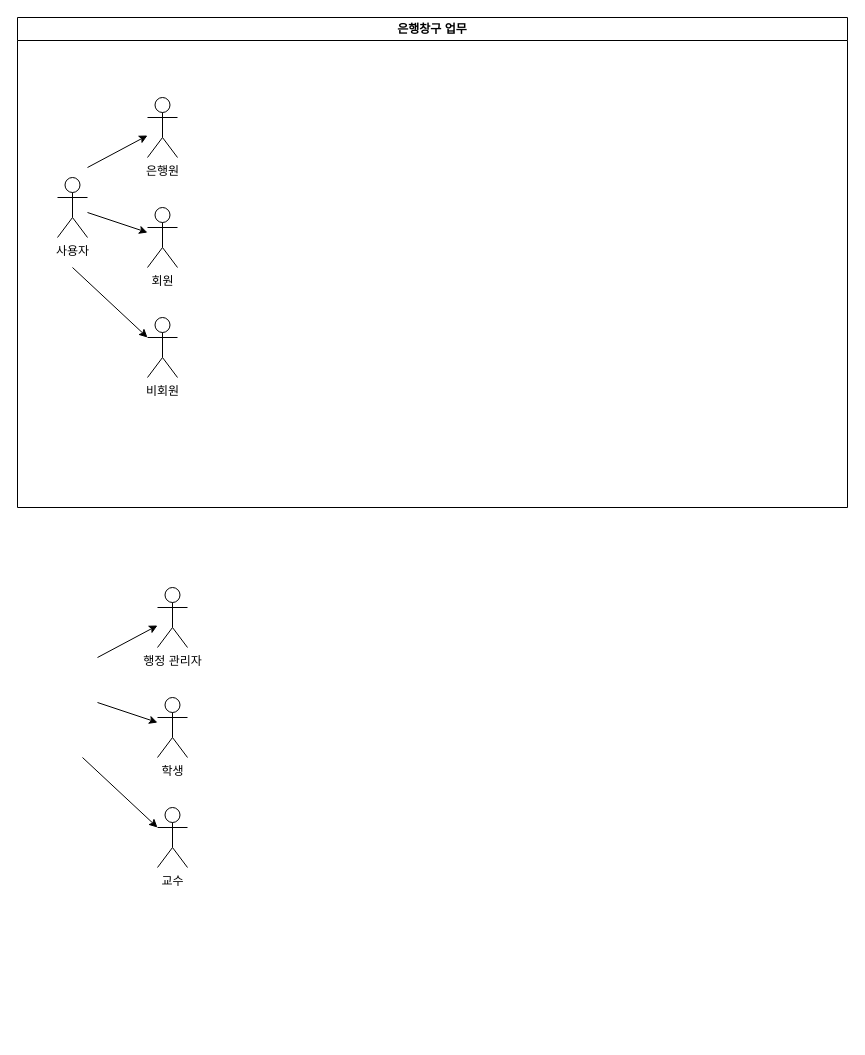
The draw.io diagram page "은행창구업무" (1 of 2) of task_1.drawio in hyun10144/Lecture3-1, before the edit. Source tidied: cells renumbered, new cells numbered last; positions are measured from the earlier drawing's top-left corner, leaving out a move shared by most shapes. Both pictures are drawn from the tidied source at 100%, with x=0, y=0 at pixel (17, 17).
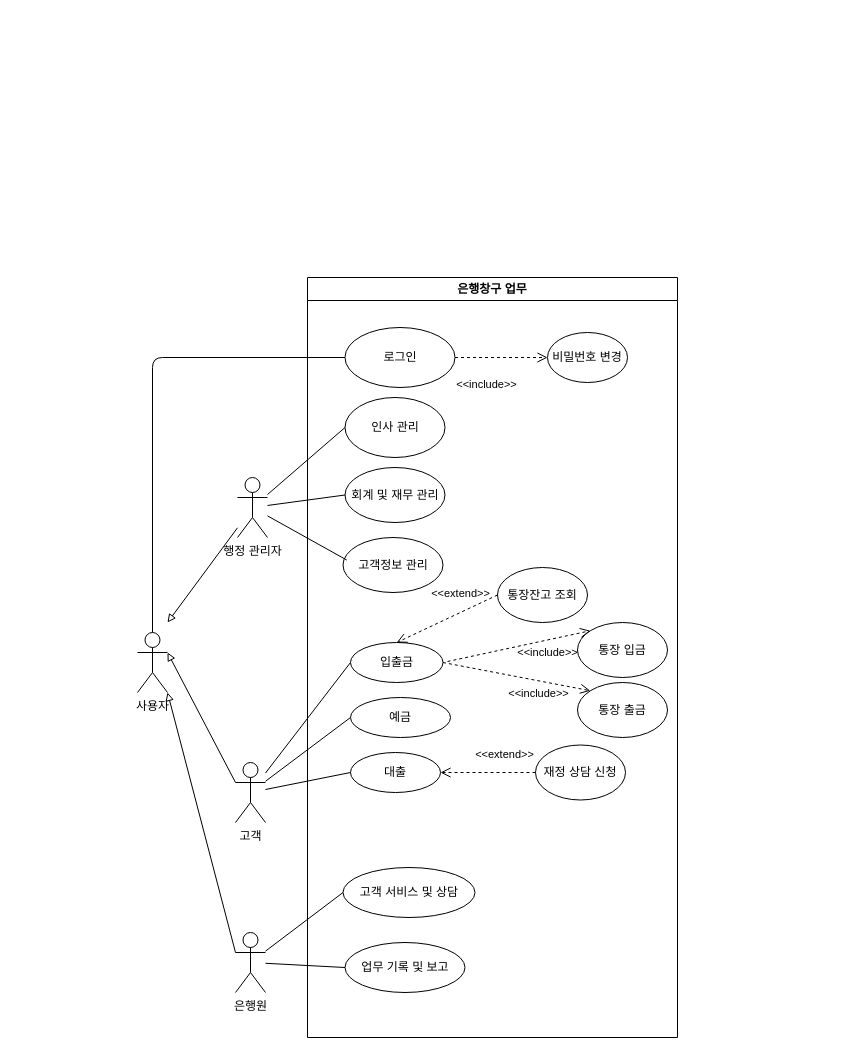
Above is the later version.

What changed in the source:
```diff
@@
     <mxCell id="2" value="은행창구 업무" style="swimlane;whiteSpace=wrap;html=1;" parent="1" vertex="1">
-      <mxGeometry width="830" height="490" as="geometry" />
+      <mxGeometry x="290" y="260" width="370" height="760" as="geometry" />
     </mxCell>
-    <mxCell id="3" value="비회원" style="shape=umlActor;verticalLabelPosition=bottom;verticalAlign=top;html=1;" parent="2" vertex="1">
-      <mxGeometry x="130" y="300" width="30" height="60" as="geometry" />
-    </mxCell>
-    <mxCell id="4" value="회원" style="shape=umlActor;verticalLabelPosition=bottom;verticalAlign=top;html=1;outlineConnect=0;" parent="2" vertex="1">
-      <mxGeometry x="130" y="190" width="30" height="60" as="geometry" />
-    </mxCell>
+    <mxCell id="16" value="로그인" style="ellipse;whiteSpace=wrap;html=1;" parent="2" vertex="1">
+      <mxGeometry x="37.5" y="50" width="110" height="60" as="geometry" />
+    </mxCell>
+    <mxCell id="17" value="인사 관리" style="ellipse;whiteSpace=wrap;html=1;" parent="2" vertex="1">
+      <mxGeometry x="37.5" y="120" width="100" height="60" as="geometry" />
+    </mxCell>
+    <mxCell id="18" value="회계 및 재무 관리" style="ellipse;whiteSpace=wrap;html=1;" parent="2" vertex="1">
+      <mxGeometry x="37.5" y="190" width="100" height="55" as="geometry" />
+    </mxCell>
+    <mxCell id="19" value="비밀번호 변경" style="ellipse;whiteSpace=wrap;html=1;" parent="2" vertex="1">
+      <mxGeometry x="240" y="55" width="80" height="50" as="geometry" />
+    </mxCell>
+    <mxCell id="20" value="&amp;lt;&amp;lt;include&lt;span style=&quot;background-color: initial;&quot;&gt;&amp;gt;&amp;gt;&lt;/span&gt;" style="endArrow=open;startArrow=none;endFill=0;startFill=0;endSize=8;html=1;verticalAlign=bottom;dashed=1;labelBackgroundColor=none;rounded=0;strokeColor=default;align=center;fontFamily=Helvetica;fontSize=11;fontColor=default;exitX=1;exitY=0.5;exitDx=0;exitDy=0;entryX=0;entryY=0.5;entryDx=0;entryDy=0;" parent="2" edge="1" source="16" target="19">
+      <mxGeometry x="-0.33" y="-36" relative="1" as="geometry" />
+    </mxCell>
+    <mxCell id="21" value="고객정보 관리" style="ellipse;whiteSpace=wrap;html=1;" parent="2" vertex="1">
+      <mxGeometry x="35.5" y="260" width="100" height="55" as="geometry" />
+    </mxCell>
+    <mxCell id="22" value="대출" style="ellipse;whiteSpace=wrap;html=1;" parent="2" vertex="1">
+      <mxGeometry x="43" y="475" width="90" height="40" as="geometry" />
+    </mxCell>
+    <mxCell id="23" value="고객 서비스 및 상담" style="ellipse;whiteSpace=wrap;html=1;" parent="2" vertex="1">
+      <mxGeometry x="35.5" y="590" width="132" height="50" as="geometry" />
+    </mxCell>
+    <mxCell id="24" value="예금" style="ellipse;whiteSpace=wrap;html=1;" parent="2" vertex="1">
+      <mxGeometry x="43" y="420" width="100" height="40" as="geometry" />
+    </mxCell>
+    <mxCell id="25" value="입출금" style="ellipse;whiteSpace=wrap;html=1;" parent="2" vertex="1">
+      <mxGeometry x="43" y="365" width="92.5" height="40" as="geometry" />
+    </mxCell>
+    <mxCell id="26" value="업무 기록 및 보고" style="ellipse;whiteSpace=wrap;html=1;" parent="2" vertex="1">
+      <mxGeometry x="37.5" y="665" width="120" height="50" as="geometry" />
+    </mxCell>
+    <mxCell id="27" value="재정 상담 신청" style="ellipse;whiteSpace=wrap;html=1;" parent="2" vertex="1">
+      <mxGeometry x="228" y="467.5" width="90" height="55" as="geometry" />
+    </mxCell>
+    <mxCell id="28" value="&amp;lt;&amp;lt;extend&lt;span style=&quot;background-color: initial;&quot;&gt;&amp;gt;&amp;gt;&lt;/span&gt;" style="endArrow=open;startArrow=none;endFill=0;startFill=0;endSize=8;html=1;verticalAlign=bottom;dashed=1;labelBackgroundColor=none;rounded=0;strokeColor=default;align=center;fontFamily=Helvetica;fontSize=11;fontColor=default;exitX=0;exitY=0.5;exitDx=0;exitDy=0;entryX=1;entryY=0.5;entryDx=0;entryDy=0;" parent="2" edge="1" source="27" target="22">
+      <mxGeometry x="-0.34" y="-9" relative="1" as="geometry" />
+    </mxCell>
+    <mxCell id="29" value="통장잔고 조회" style="ellipse;whiteSpace=wrap;html=1;" parent="2" vertex="1">
+      <mxGeometry x="190" y="290" width="90" height="55" as="geometry" />
+    </mxCell>
+    <mxCell id="30" value="&amp;lt;&amp;lt;extend&lt;span style=&quot;background-color: initial;&quot;&gt;&amp;gt;&amp;gt;&lt;/span&gt;" style="endArrow=open;startArrow=none;endFill=0;startFill=0;endSize=8;html=1;verticalAlign=bottom;dashed=1;labelBackgroundColor=none;rounded=0;strokeColor=default;align=center;fontFamily=Helvetica;fontSize=11;fontColor=default;exitX=0;exitY=0.5;exitDx=0;exitDy=0;entryX=0.5;entryY=0;entryDx=0;entryDy=0;" parent="2" edge="1" source="29" target="25">
+      <mxGeometry x="-0.34" y="-9" relative="1" as="geometry" />
+    </mxCell>
-    <mxCell id="5" value="은행원&lt;div&gt;&lt;br&gt;&lt;/div&gt;" style="shape=umlActor;verticalLabelPosition=bottom;verticalAlign=top;html=1;outlineConnect=0;" parent="2" vertex="1">
-      <mxGeometry x="130" y="80" width="30" height="60" as="geometry" />
+    <mxCell id="5" value="은행원" style="shape=umlActor;verticalLabelPosition=bottom;verticalAlign=top;html=1;outlineConnect=0;" parent="2" vertex="1">
+      <mxGeometry x="-72" y="655" width="30" height="60" as="geometry" />
     </mxCell>
-    <mxCell id="6" style="rounded=0;jettySize=auto;html=1;" parent="2" edge="1" target="5">
-      <mxGeometry relative="1" as="geometry">
-        <mxPoint x="70" y="150" as="sourcePoint" />
-      </mxGeometry>
-    </mxCell>
-    <mxCell id="7" style="rounded=0;jettySize=auto;html=1;" parent="2" edge="1" source="9" target="4">
-      <mxGeometry relative="1" as="geometry" />
-    </mxCell>
-    <mxCell id="8" style="rounded=0;orthogonalLoop=1;jettySize=auto;html=1;" parent="2" edge="1">
-      <mxGeometry relative="1" as="geometry">
-        <mxPoint x="55" y="250" as="sourcePoint" />
-        <mxPoint x="130" y="320" as="targetPoint" />
-      </mxGeometry>
-    </mxCell>
+    <mxCell id="31" value="고객" style="shape=umlActor;verticalLabelPosition=bottom;verticalAlign=top;html=1;outlineConnect=0;" parent="2" vertex="1">
+      <mxGeometry x="-72" y="485" width="30" height="60" as="geometry" />
+    </mxCell>
+    <mxCell id="32" style="edgeStyle=none;rounded=0;jettySize=auto;html=1;strokeColor=default;align=center;verticalAlign=middle;fontFamily=Helvetica;fontSize=11;fontColor=default;labelBackgroundColor=default;endArrow=none;endFill=0;entryX=0;entryY=0.5;entryDx=0;entryDy=0;" parent="2" edge="1" source="31" target="24">
+      <mxGeometry relative="1" as="geometry" />
+    </mxCell>
+    <mxCell id="33" style="edgeStyle=none;rounded=0;jettySize=auto;html=1;strokeColor=default;align=center;verticalAlign=middle;fontFamily=Helvetica;fontSize=11;fontColor=default;labelBackgroundColor=default;endArrow=none;endFill=0;entryX=0;entryY=0.5;entryDx=0;entryDy=0;" parent="2" edge="1" source="31" target="22">
+      <mxGeometry relative="1" as="geometry" />
+    </mxCell>
+    <mxCell id="34" style="edgeStyle=none;rounded=0;jettySize=auto;html=1;strokeColor=default;align=center;verticalAlign=middle;fontFamily=Helvetica;fontSize=11;fontColor=default;labelBackgroundColor=default;endArrow=none;endFill=0;entryX=0;entryY=0.5;entryDx=0;entryDy=0;" parent="2" edge="1" source="5" target="23">
+      <mxGeometry relative="1" as="geometry" />
+    </mxCell>
+    <mxCell id="35" style="edgeStyle=none;rounded=0;jettySize=auto;html=1;strokeColor=default;align=center;verticalAlign=middle;fontFamily=Helvetica;fontSize=11;fontColor=default;labelBackgroundColor=default;endArrow=none;endFill=0;entryX=0;entryY=0.5;entryDx=0;entryDy=0;" parent="2" edge="1" source="5" target="26">
+      <mxGeometry relative="1" as="geometry" />
+    </mxCell>
+    <mxCell id="36" style="edgeStyle=none;rounded=0;jettySize=auto;html=1;strokeColor=default;align=center;verticalAlign=middle;fontFamily=Helvetica;fontSize=11;fontColor=default;labelBackgroundColor=default;endArrow=none;endFill=0;entryX=0;entryY=0.5;entryDx=0;entryDy=0;" parent="2" edge="1" source="31" target="25">
+      <mxGeometry relative="1" as="geometry" />
+    </mxCell>
+    <mxCell id="37" style="edgeStyle=none;rounded=0;jettySize=auto;html=1;strokeColor=default;align=center;verticalAlign=middle;fontFamily=Helvetica;fontSize=11;fontColor=default;labelBackgroundColor=default;endArrow=none;endFill=0;entryX=0;entryY=0.5;entryDx=0;entryDy=0;" parent="2" edge="1" source="12">
+      <mxGeometry relative="1" as="geometry">
+        <mxPoint x="39.2" y="282.5" as="targetPoint" />
+      </mxGeometry>
+    </mxCell>
+    <mxCell id="38" value="&amp;lt;&amp;lt;include&lt;span style=&quot;background-color: initial;&quot;&gt;&amp;gt;&amp;gt;&lt;/span&gt;" style="endArrow=open;startArrow=none;endFill=0;startFill=0;endSize=8;html=1;verticalAlign=bottom;dashed=1;labelBackgroundColor=none;rounded=0;strokeColor=default;align=center;fontFamily=Helvetica;fontSize=11;fontColor=default;entryX=0;entryY=0;entryDx=0;entryDy=0;" parent="2" edge="1" target="39">
+      <mxGeometry x="0.34" y="-21" relative="1" as="geometry">
+        <mxPoint x="140" y="384" as="sourcePoint" />
+      </mxGeometry>
+    </mxCell>
+    <mxCell id="39" value="통장 입금" style="ellipse;whiteSpace=wrap;html=1;" parent="2" vertex="1">
+      <mxGeometry x="270" y="345" width="90" height="55" as="geometry" />
+    </mxCell>
+    <mxCell id="40" value="통장 출금" style="ellipse;whiteSpace=wrap;html=1;" parent="2" vertex="1">
+      <mxGeometry x="270" y="405" width="90" height="55" as="geometry" />
+    </mxCell>
+    <mxCell id="41" value="&amp;lt;&amp;lt;include&lt;span style=&quot;background-color: initial;&quot;&gt;&amp;gt;&amp;gt;&lt;/span&gt;" style="endArrow=open;startArrow=none;endFill=0;startFill=0;endSize=8;html=1;verticalAlign=bottom;dashed=1;labelBackgroundColor=none;rounded=0;strokeColor=default;align=center;fontFamily=Helvetica;fontSize=11;fontColor=default;entryX=0;entryY=0;entryDx=0;entryDy=0;exitX=1;exitY=0.5;exitDx=0;exitDy=0;" parent="2" edge="1" source="25" target="40">
+      <mxGeometry x="0.34" y="-21" relative="1" as="geometry" />
+    </mxCell>
+    <mxCell id="12" value="행정 관리자" style="shape=umlActor;verticalLabelPosition=bottom;verticalAlign=top;html=1;outlineConnect=0;" parent="1" vertex="1">
+      <mxGeometry x="220" y="460" width="30" height="60" as="geometry" />
+    </mxCell>
+    <mxCell id="42" style="rounded=0;jettySize=auto;html=1;startArrow=block;startFill=0;endArrow=none;endFill=0;" parent="1" edge="1" target="12">
+      <mxGeometry relative="1" as="geometry">
+        <mxPoint x="150" y="605" as="sourcePoint" />
+      </mxGeometry>
+    </mxCell>
-    <mxCell id="9" value="사용자" style="shape=umlActor;verticalLabelPosition=bottom;verticalAlign=top;html=1;outlineConnect=0;" parent="2" vertex="1">
-      <mxGeometry x="40" y="160" width="30" height="60" as="geometry" />
+    <mxCell id="9" value="사용자" style="shape=umlActor;verticalLabelPosition=bottom;verticalAlign=top;html=1;outlineConnect=0;" parent="1" vertex="1">
+      <mxGeometry x="120" y="615" width="30" height="60" as="geometry" />
     </mxCell>
-    <mxCell id="10" value="교수" style="shape=umlActor;verticalLabelPosition=bottom;verticalAlign=top;html=1;" parent="1" vertex="1">
-      <mxGeometry x="140" y="790" width="30" height="60" as="geometry" />
-    </mxCell>
-    <mxCell id="11" value="학생" style="shape=umlActor;verticalLabelPosition=bottom;verticalAlign=top;html=1;outlineConnect=0;" parent="1" vertex="1">
-      <mxGeometry x="140" y="680" width="30" height="60" as="geometry" />
-    </mxCell>
-    <mxCell id="12" value="행정 관리자&lt;div&gt;&lt;br&gt;&lt;/div&gt;" style="shape=umlActor;verticalLabelPosition=bottom;verticalAlign=top;html=1;outlineConnect=0;" parent="1" vertex="1">
-      <mxGeometry x="140" y="570" width="30" height="60" as="geometry" />
-    </mxCell>
-    <mxCell id="13" style="rounded=0;jettySize=auto;html=1;" parent="1" edge="1" target="12">
-      <mxGeometry relative="1" as="geometry">
-        <mxPoint x="80" y="640" as="sourcePoint" />
-      </mxGeometry>
-    </mxCell>
-    <mxCell id="14" style="rounded=0;jettySize=auto;html=1;" parent="1" edge="1" target="11">
-      <mxGeometry relative="1" as="geometry">
-        <mxPoint x="80" y="685" as="sourcePoint" />
-      </mxGeometry>
-    </mxCell>
-    <mxCell id="15" style="rounded=0;orthogonalLoop=1;jettySize=auto;html=1;" parent="1" edge="1">
-      <mxGeometry relative="1" as="geometry">
-        <mxPoint x="65" y="740" as="sourcePoint" />
-        <mxPoint x="140" y="810" as="targetPoint" />
-      </mxGeometry>
-    </mxCell>
+    <mxCell id="43" style="rounded=1;jettySize=auto;html=1;entryX=0;entryY=0.5;entryDx=0;entryDy=0;exitX=0.5;exitY=0;exitDx=0;exitDy=0;exitPerimeter=0;endArrow=none;endFill=0;curved=0;" parent="1" edge="1" source="9" target="16">
+      <mxGeometry relative="1" as="geometry">
+        <Array as="points">
+          <mxPoint x="135" y="340" />
+        </Array>
+      </mxGeometry>
+    </mxCell>
+    <mxCell id="44" style="rounded=0;jettySize=auto;html=1;startArrow=block;startFill=0;endArrow=none;endFill=0;entryX=0;entryY=0.3333333333333333;entryDx=0;entryDy=0;entryPerimeter=0;exitX=1;exitY=1;exitDx=0;exitDy=0;exitPerimeter=0;" parent="1" edge="1" source="9" target="5">
+      <mxGeometry relative="1" as="geometry" />
+    </mxCell>
+    <mxCell id="45" style="rounded=0;jettySize=auto;html=1;startArrow=block;startFill=0;endArrow=none;endFill=0;exitX=1;exitY=0.3333333333333333;exitDx=0;exitDy=0;exitPerimeter=0;entryX=0;entryY=0.3333333333333333;entryDx=0;entryDy=0;entryPerimeter=0;" parent="1" edge="1" source="9" target="31">
+      <mxGeometry relative="1" as="geometry" />
+    </mxCell>
+    <mxCell id="46" style="edgeStyle=none;rounded=0;jettySize=auto;html=1;strokeColor=default;align=center;verticalAlign=middle;fontFamily=Helvetica;fontSize=11;fontColor=default;labelBackgroundColor=default;endArrow=none;endFill=0;entryX=0;entryY=0.5;entryDx=0;entryDy=0;" parent="1" edge="1" source="12" target="17">
+      <mxGeometry relative="1" as="geometry" />
+    </mxCell>
+    <mxCell id="47" style="edgeStyle=none;rounded=0;jettySize=auto;html=1;strokeColor=default;align=center;verticalAlign=middle;fontFamily=Helvetica;fontSize=11;fontColor=default;labelBackgroundColor=default;endArrow=none;endFill=0;entryX=0;entryY=0.5;entryDx=0;entryDy=0;" parent="1" edge="1" source="12" target="18">
+      <mxGeometry relative="1" as="geometry" />
+    </mxCell>
```
